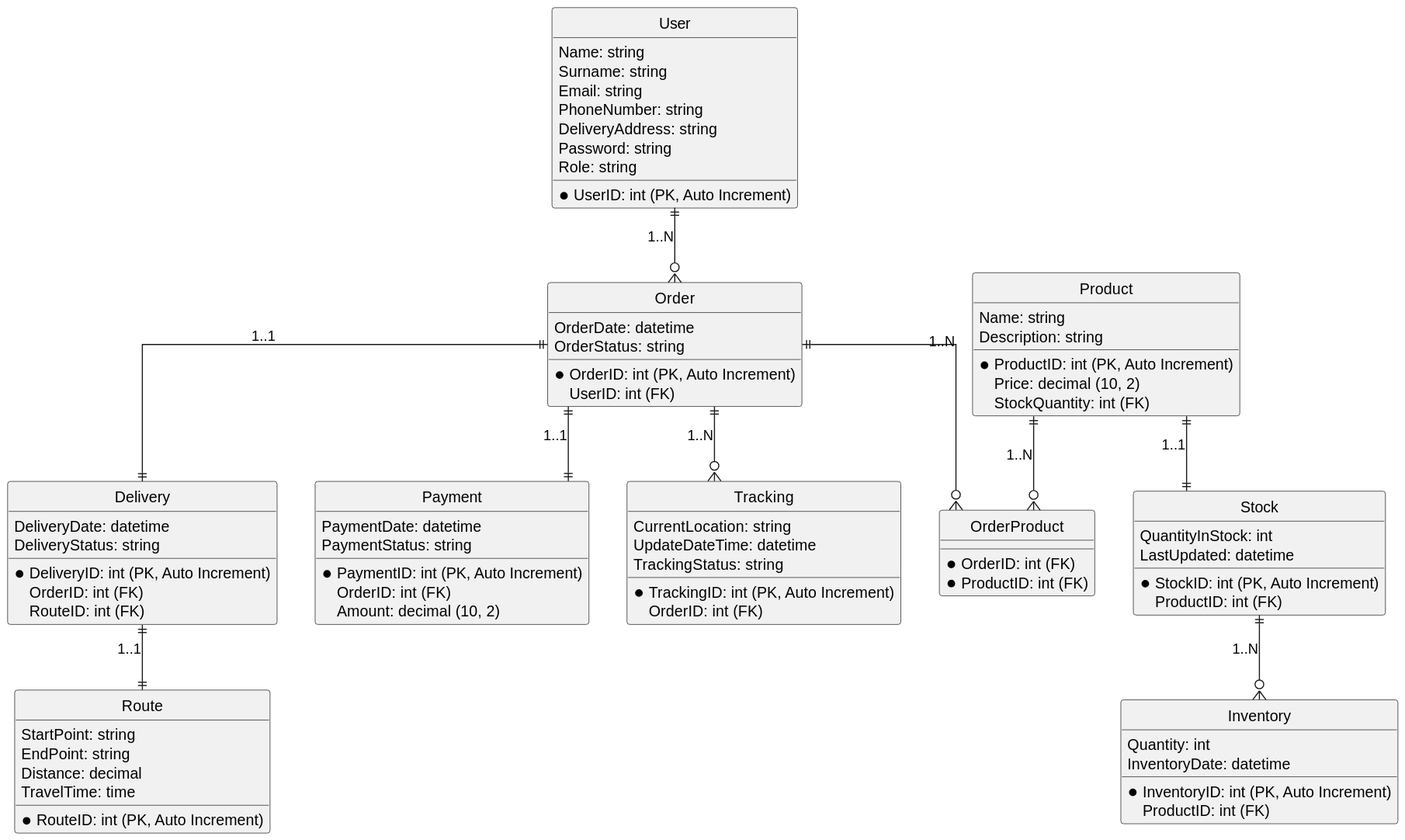
This is out/Diagram_DB_R/Diagram_DB_R.svg from puchkova-va/Puchkova_analytics_practice, a PlantUML export, as it was before one commit. Source of this version:
```plantuml
@startuml
hide circle
skinparam linetype ortho

entity User {
  *UserID: int (PK, Auto Increment)
  Name: string
  Surname: string
  Email: string
  PhoneNumber: string
  DeliveryAddress: string
  Password: string
  Role: string
}

entity Order {
  *OrderID: int (PK, Auto Increment)
  UserID: int (FK)
  OrderDate: datetime
  OrderStatus: string
}

entity Product {
  *ProductID: int (PK, Auto Increment)
  Name: string
  Description: string
  Price: decimal (10, 2)
  StockQuantity: int (FK)
}

entity Delivery {
  *DeliveryID: int (PK, Auto Increment)
  OrderID: int (FK)
  RouteID: int (FK)
  DeliveryDate: datetime
  DeliveryStatus: string
}

entity Route {
  *RouteID: int (PK, Auto Increment)
  StartPoint: string
  EndPoint: string
  Distance: decimal
  TravelTime: time
}

entity Inventory {
  *InventoryID: int (PK, Auto Increment)
  ProductID: int (FK)
  Quantity: int
  InventoryDate: datetime
}

entity Payment {
  *PaymentID: int (PK, Auto Increment)
  OrderID: int (FK)
  Amount: decimal (10, 2)
  PaymentDate: datetime
  PaymentStatus: string
}

entity Tracking {
  *TrackingID: int (PK, Auto Increment)
  OrderID: int (FK)
  CurrentLocation: string
  UpdateDateTime: datetime
  TrackingStatus: string
}

entity Stock {
  *StockID: int (PK, Auto Increment)
  ProductID: int (FK)
  QuantityInStock: int
  LastUpdated: datetime
}

User ||--o{ Order : "1..N"

Order ||--|| Delivery : "1..1"
Delivery ||--|| Route : "1..1"
Product ||--|| Stock : "1..1"
Stock ||--o{ Inventory : "1..N"
Order ||--|| Payment : "1..1"
Order ||--o{ Tracking : "1..N"

entity OrderProduct {
  *OrderID: int (FK)
  *ProductID: int (FK)
}

Order ||--o{ OrderProduct : "1..N"
Product ||--o{ OrderProduct : "1..N"
@enduml
```
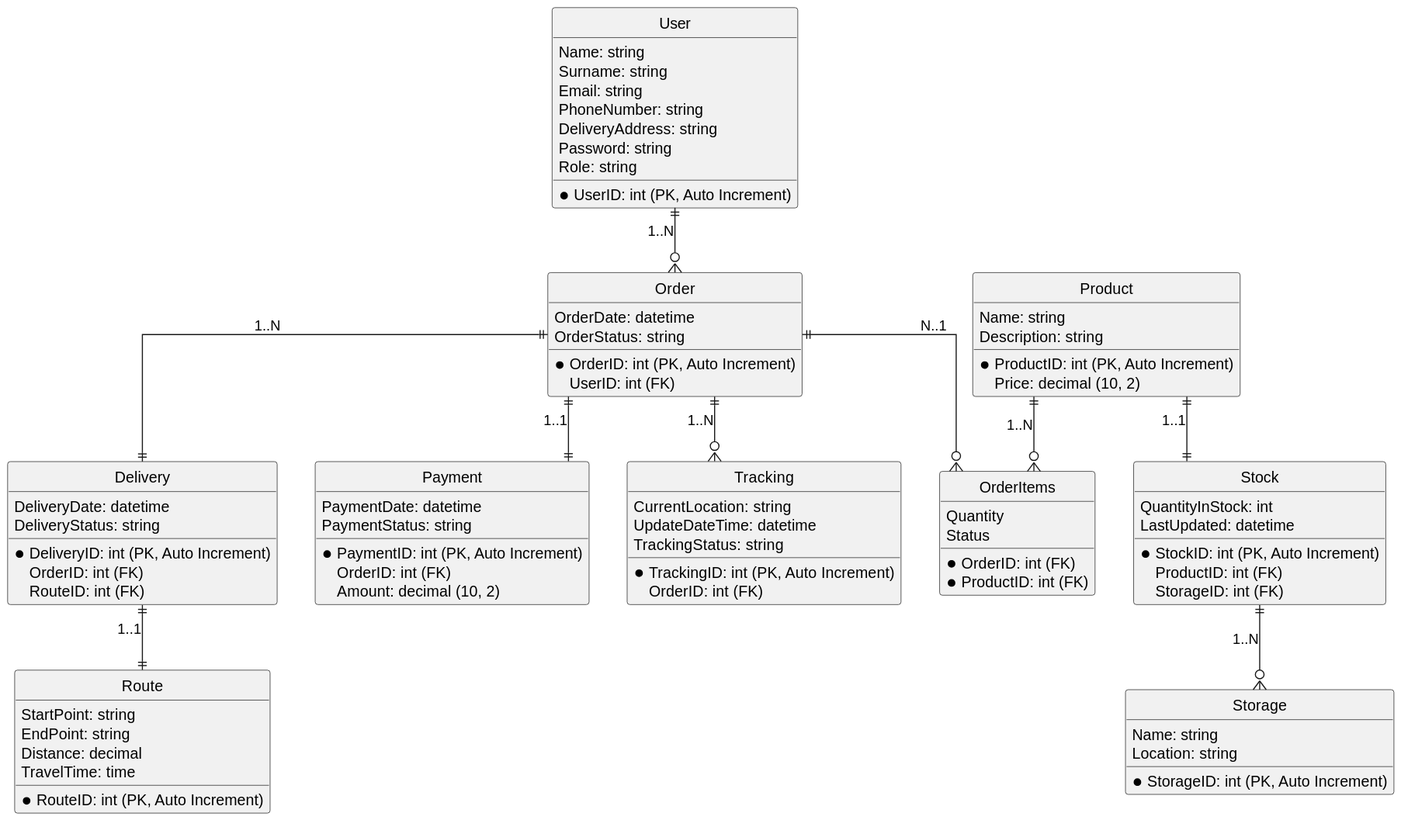
After the commit.

The edit, as a diff of the source:
```diff
@@ -25,7 +25,6 @@
   Name: string
   Description: string
   Price: decimal (10, 2)
-  StockQuantity: int (FK)
 }
 
 entity Delivery {
@@ -44,11 +43,10 @@
   TravelTime: time
 }
 
-entity Inventory {
-  *InventoryID: int (PK, Auto Increment)
-  ProductID: int (FK)
-  Quantity: int
-  InventoryDate: datetime
+entity Storage {
+  *StorageID: int (PK, Auto Increment)
+  Name: string
+  Location: string
 }
 
 entity Payment {
@@ -70,24 +68,27 @@
 entity Stock {
   *StockID: int (PK, Auto Increment)
   ProductID: int (FK)
+  StorageID: int (FK)
   QuantityInStock: int
   LastUpdated: datetime
 }
 
 User ||--o{ Order : "1..N"
 
-Order ||--|| Delivery : "1..1"
+Order ||--|| Delivery : "1..N"
 Delivery ||--|| Route : "1..1"
 Product ||--|| Stock : "1..1"
-Stock ||--o{ Inventory : "1..N"
+Stock ||--o{ Storage : "1..N"
 Order ||--|| Payment : "1..1"
 Order ||--o{ Tracking : "1..N"
 
-entity OrderProduct {
+entity OrderItems {
   *OrderID: int (FK)
   *ProductID: int (FK)
+  Quantity
+  Status
 }
 
-Order ||--o{ OrderProduct : "1..N"
-Product ||--o{ OrderProduct : "1..N"
+Order ||--o{ OrderItems : "N..1"
+Product ||--o{ OrderItems : "1..N"
 @enduml
```
